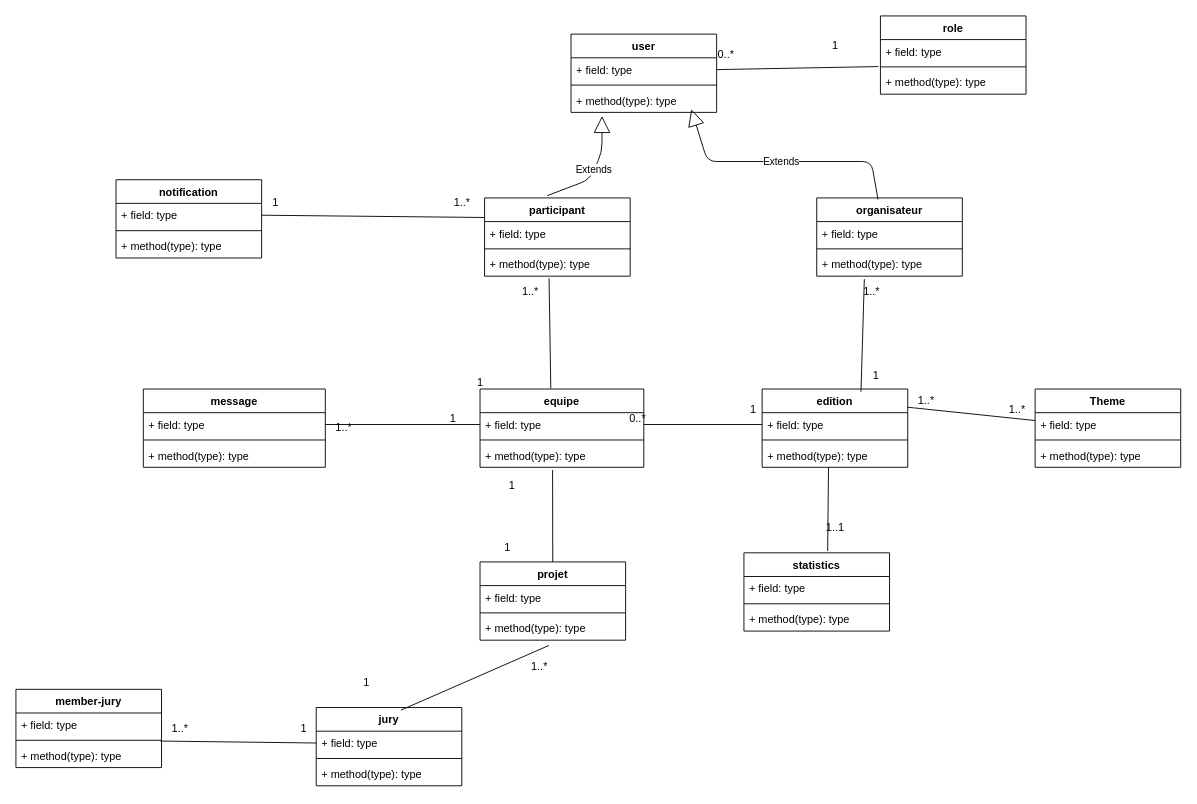
Earlier version of the draw.io diagram conception/diagramme.drawio (abirmes/HackatonWithUs). Source tidied: cells renumbered, new cells numbered last; positions are measured from the earlier drawing's top-left corner, leaving out a move shared by most shapes. Both pictures are drawn from the tidied source at 91%, with x=0, y=0 at pixel (15, 15).
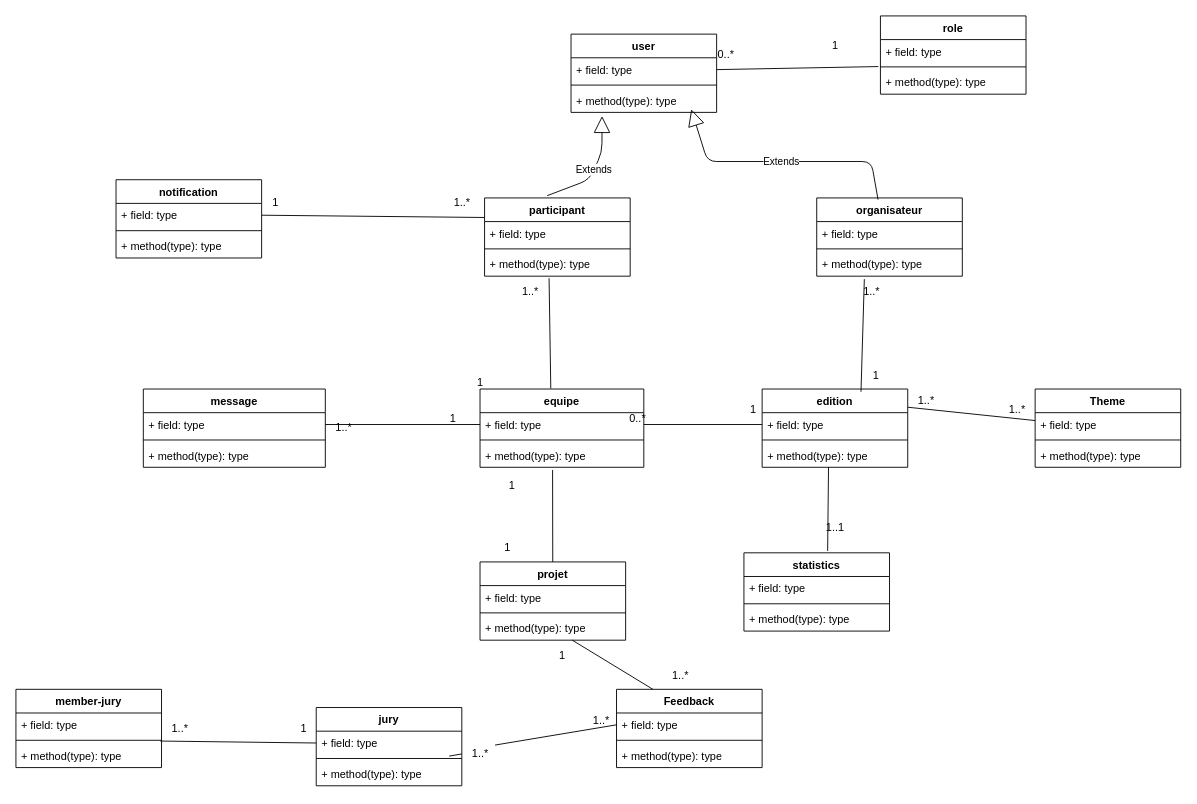
Above is the later version.

The change refers to these unchanged cells:
```xml
<mxCell id="33" value="+ method(type): type" style="text;strokeColor=none;fillColor=none;align=left;verticalAlign=top;spacingLeft=4;spacingRight=4;overflow=hidden;points=[[0,0.5],[1,0.5]];portConstraint=eastwest;whiteSpace=wrap;html=1;" parent="30" vertex="1">
  <mxGeometry y="60" width="160" height="26" as="geometry" />
</mxCell>
<mxCell id="38" value="jury" style="swimlane;fontStyle=1;align=center;verticalAlign=top;horizontal=1;startSize=26;whiteSpace=wrap;html=1;" parent="1" vertex="1">
  <mxGeometry x="330" y="760" width="160" height="86" as="geometry" />
</mxCell>
<mxCell id="40" style="line;strokeWidth=1;fillColor=none;align=left;verticalAlign=middle;spacingTop=-1;spacingLeft=3;spacingRight=3;labelPosition=right;points=[];portConstraint=eastwest;strokeColor=inherit;" parent="38" vertex="1">
  <mxGeometry y="52" width="160" height="8" as="geometry" />
</mxCell>
```

The edit, as a diff of the source:
```diff
@@
     <mxCell id="62" value="1..*" style="text;html=1;align=center;verticalAlign=middle;strokeColor=none;fillColor=none;" parent="1" vertex="1">
-      <mxGeometry x="555" y="700" width="40" height="30" as="geometry" />
+      <mxGeometry x="710" y="710" width="40" height="30" as="geometry" />
     </mxCell>
     <mxCell id="63" value="1&lt;div&gt;&lt;br&gt;&lt;/div&gt;" style="text;html=1;align=center;verticalAlign=middle;strokeColor=none;fillColor=none;" parent="1" vertex="1">
-      <mxGeometry x="370" y="720" width="30" height="40" as="geometry" />
+      <mxGeometry x="585" y="690" width="30" height="40" as="geometry" />
     </mxCell>
@@
-    <mxCell id="66" style="endArrow=none;html=1;exitX=0.582;exitY=0.033;exitDx=0;exitDy=0;exitPerimeter=0;entryX=0.473;entryY=1.223;entryDx=0;entryDy=0;entryPerimeter=0;" parent="1" edge="1" source="38" target="33">
-      <mxGeometry relative="1" as="geometry" />
-    </mxCell>
@@
+    <mxCell id="88" value="Feedback&lt;div&gt;&lt;br&gt;&lt;/div&gt;" style="swimlane;fontStyle=1;align=center;verticalAlign=top;horizontal=1;startSize=26;whiteSpace=wrap;html=1;" parent="1" vertex="1">
+      <mxGeometry x="660" y="740" width="160" height="86" as="geometry" />
+    </mxCell>
+    <mxCell id="89" value="+ field: type" style="text;strokeColor=none;fillColor=none;align=left;verticalAlign=top;spacingLeft=4;spacingRight=4;overflow=hidden;points=[[0,0.5],[1,0.5]];portConstraint=eastwest;whiteSpace=wrap;html=1;" parent="88" vertex="1">
+      <mxGeometry y="26" width="160" height="26" as="geometry" />
+    </mxCell>
+    <mxCell id="90" style="line;strokeWidth=1;fillColor=none;align=left;verticalAlign=middle;spacingTop=-1;spacingLeft=3;spacingRight=3;labelPosition=right;strokeColor=inherit;" parent="88" vertex="1">
+      <mxGeometry y="52" width="160" height="8" as="geometry" />
+    </mxCell>
+    <mxCell id="91" value="+ method(type): type" style="text;strokeColor=none;fillColor=none;align=left;verticalAlign=top;spacingLeft=4;spacingRight=4;overflow=hidden;whiteSpace=wrap;html=1;" parent="88" vertex="1">
+      <mxGeometry y="60" width="160" height="26" as="geometry" />
+    </mxCell>
+    <mxCell id="92" style="endArrow=none;html=1;exitX=0.25;exitY=0;exitDx=0;exitDy=0;" parent="1" edge="1" source="88" target="33">
+      <mxGeometry relative="1" as="geometry" />
+    </mxCell>
+    <mxCell id="93" style="endArrow=none;html=1;exitX=0;exitY=0.5;exitDx=0;exitDy=0;entryX=0.913;entryY=0.175;entryDx=0;entryDy=0;entryPerimeter=0;" parent="1" edge="1" source="96" target="40">
+      <mxGeometry relative="1" as="geometry" />
+    </mxCell>
+    <mxCell id="94" value="1..*" style="text;html=1;align=center;verticalAlign=middle;strokeColor=none;fillColor=none;" parent="1" vertex="1">
+      <mxGeometry x="623" y="760" width="40" height="30" as="geometry" />
+    </mxCell>
+    <mxCell id="95" style="endArrow=none;html=1;exitX=0;exitY=0.5;exitDx=0;exitDy=0;entryX=0.913;entryY=0.175;entryDx=0;entryDy=0;entryPerimeter=0;" parent="1" edge="1" source="89" target="96">
+      <mxGeometry relative="1" as="geometry" />
+    </mxCell>
+    <mxCell id="96" value="1..*" style="text;html=1;align=center;verticalAlign=middle;points=[];strokeColor=none;fillColor=none;" parent="1" vertex="1">
+      <mxGeometry x="490" y="796" width="40" height="30" as="geometry" />
+    </mxCell>
```
